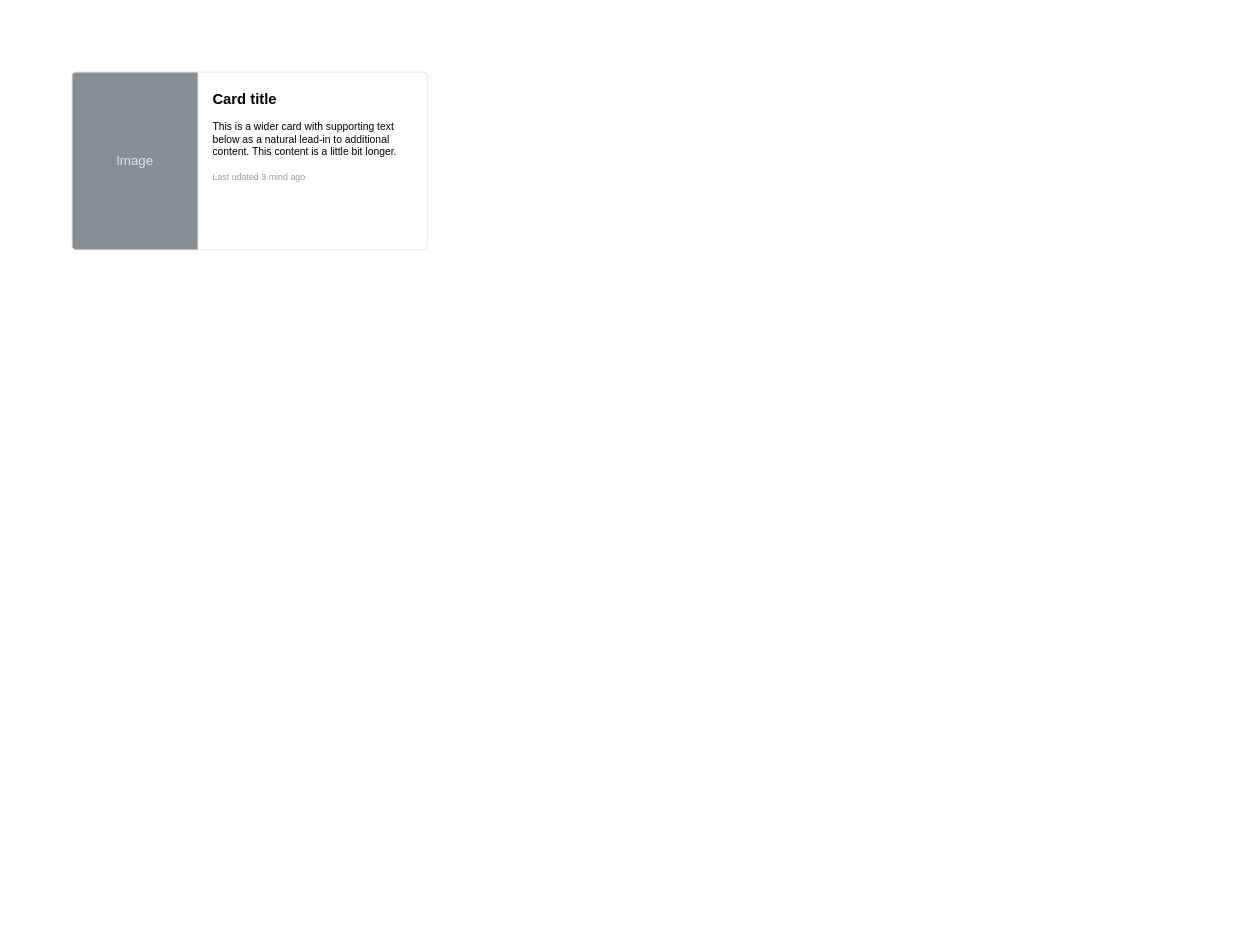
Before: page "首页" (1 of 6) of ui.drawio in onlyzlc/prototester, a draw.io diagram. Source tidied: cells renumbered, new cells numbered last; positions are measured from the earlier drawing's top-left corner, leaving out a move shared by most shapes. Both pictures are drawn from the tidied source at 74%, with x=0, y=0 at pixel (72, 72).
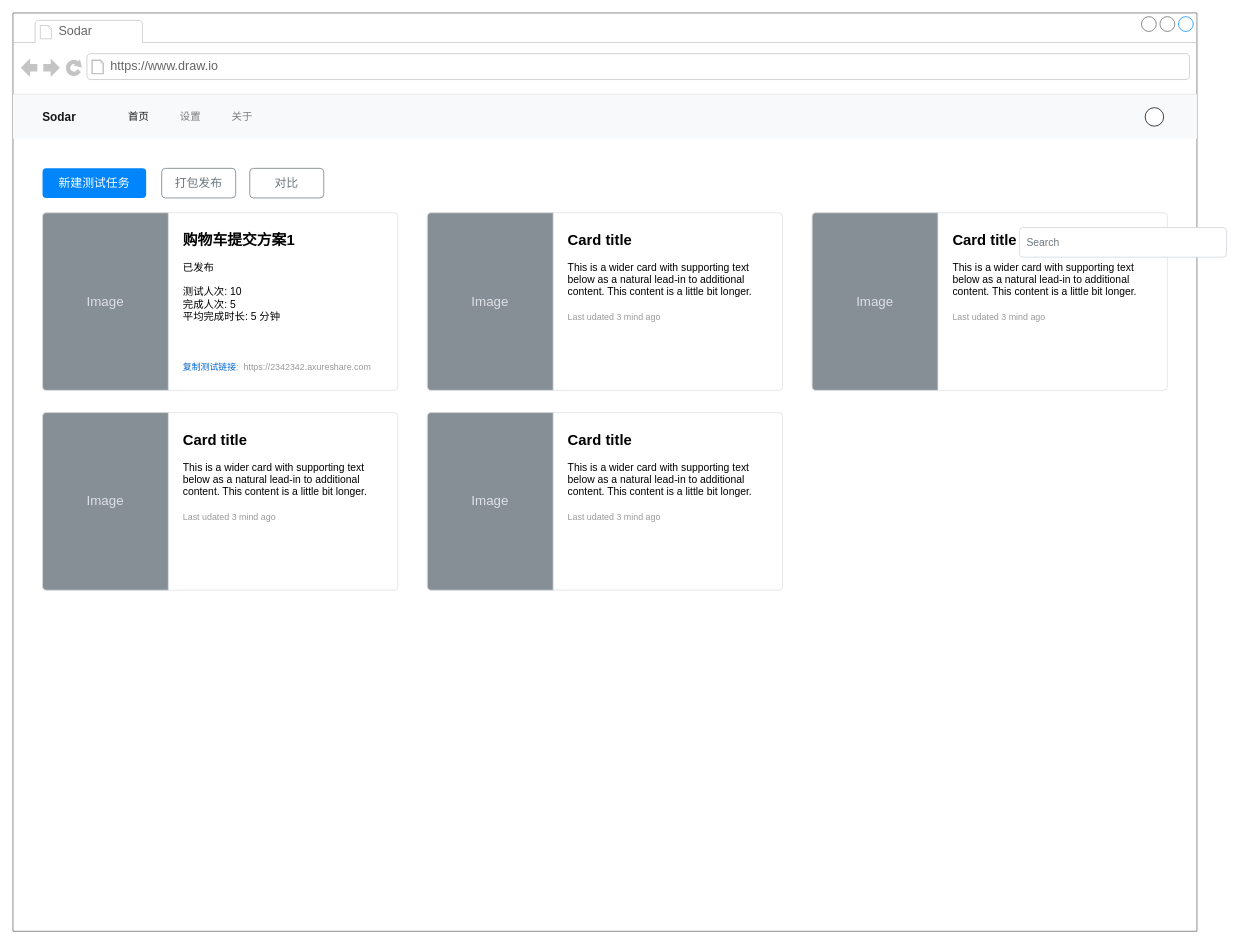
After the change.

The edit, as a diff of the source:
```diff
@@
-    <mxCell id="2" value="&lt;b&gt;&lt;font style=&quot;font-size: 20px&quot;&gt;Card title&lt;/font&gt;&lt;/b&gt;&lt;br&gt;&lt;br&gt;This is a wider card with supporting text below as a natural lead-in to additional content. This content is a little bit longer.&lt;br&gt;&lt;br&gt;&lt;font style=&quot;font-size: 12px&quot; color=&quot;#999999&quot;&gt;Last udated 3 mind ago&lt;/font&gt;" style="html=1;shadow=0;dashed=0;shape=mxgraph.bootstrap.rrect;rSize=5;strokeColor=#DFDFDF;html=1;whiteSpace=wrap;fillColor=#ffffff;fontColor=#000000;verticalAlign=top;align=left;spacing=20;fontSize=14;spacingLeft=170;" parent="1" vertex="1">
-      <mxGeometry width="480" height="240" as="geometry" />
-    </mxCell>
-    <mxCell id="3" value="Image" style="html=1;shadow=0;dashed=0;shape=mxgraph.bootstrap.leftButton;rSize=5;perimeter=none;whiteSpace=wrap;fillColor=#868E96;strokeColor=#DFDFDF;fontColor=#DEE2E6;fontSize=18;" parent="2" vertex="1">
-      <mxGeometry width="170" height="240" relative="1" as="geometry" />
-    </mxCell>
+    <mxCell id="4" style="strokeWidth=1;shadow=0;dashed=0;align=center;html=1;shape=mxgraph.mockup.containers.browserWindow;rSize=0;strokeColor=#666666;strokeColor2=#008cff;strokeColor3=#c4c4c4;mainText=,;" parent="1" vertex="1">
+      <mxGeometry x="-80" y="-80" width="1600" height="1241" as="geometry" />
+    </mxCell>
+    <mxCell id="5" value="Sodar" style="strokeWidth=1;shadow=0;dashed=0;align=center;html=1;shape=mxgraph.mockup.containers.anchor;fontSize=17;fontColor=#666666;align=left;" parent="4" vertex="1">
+      <mxGeometry x="60" y="12" width="110" height="26" as="geometry" />
+    </mxCell>
+    <mxCell id="6" value="https://www.draw.io" style="strokeWidth=1;shadow=0;dashed=0;align=center;html=1;shape=mxgraph.mockup.containers.anchor;rSize=0;fontSize=17;fontColor=#666666;align=left;" parent="4" vertex="1">
+      <mxGeometry x="130" y="60" width="250" height="26" as="geometry" />
+    </mxCell>
+    <mxCell id="7" style="html=1;shadow=0;dashed=0;fillColor=#F8F9FA;strokeColor=none;fontSize=16;fontColor=#7C7C7D;align=right;spacing=15;" parent="4" vertex="1">
+      <mxGeometry y="110" width="1600" height="60" as="geometry" />
+    </mxCell>
+    <mxCell id="8" value="Sodar" style="strokeColor=none;html=1;whiteSpace=wrap;fillColor=none;fontColor=#181819;align=left;fontSize=16;spacing=0;fontStyle=1;spacingTop=0;spacingLeft=0;spacingBottom=0;spacingRight=0;" parent="7" vertex="1">
+      <mxGeometry width="60" height="19" relative="1" as="geometry">
+        <mxPoint x="40" y="20.5" as="offset" />
+      </mxGeometry>
+    </mxCell>
+    <mxCell id="9" value="首页" style="strokeColor=none;html=1;whiteSpace=wrap;fillColor=none;fontColor=#181819;align=center;fontSize=14;spacing=10;" parent="7" vertex="1">
+      <mxGeometry width="60" height="40" relative="1" as="geometry">
+        <mxPoint x="140" y="10" as="offset" />
+      </mxGeometry>
+    </mxCell>
+    <mxCell id="10" value="设置" style="strokeColor=none;html=1;whiteSpace=wrap;fillColor=none;fontColor=#7C7C7D;align=center;fontSize=14;spacing=10;" parent="7" vertex="1">
+      <mxGeometry width="80" height="40" relative="1" as="geometry">
+        <mxPoint x="200" y="10" as="offset" />
+      </mxGeometry>
+    </mxCell>
+    <mxCell id="11" value="关于" style="strokeColor=none;html=1;whiteSpace=wrap;fillColor=none;fontColor=#7C7C7D;align=center;fontSize=14;spacing=10;" parent="7" vertex="1">
+      <mxGeometry width="60" height="40" relative="1" as="geometry">
+        <mxPoint x="280" y="10" as="offset" />
+      </mxGeometry>
+    </mxCell>
+    <mxCell id="12" style="ellipse;whiteSpace=wrap;html=1;align=center;" parent="7" vertex="1">
+      <mxGeometry x="1530" y="18" width="25" height="25" as="geometry" />
+    </mxCell>
+    <mxCell id="13" parent="0" />
+    <mxCell id="14" value="&lt;div&gt;&lt;b&gt;&lt;font style=&quot;font-size: 20px&quot;&gt;购物车提交方案1&lt;/font&gt;&lt;/b&gt;&lt;/div&gt;&lt;div&gt;&lt;br&gt;&lt;/div&gt;&lt;div&gt;已发布&lt;br&gt;&lt;/div&gt;&lt;div&gt;&lt;br&gt;&lt;/div&gt;&lt;div&gt;测试人次: 10&lt;/div&gt;&lt;div&gt;完成人次: 5&lt;/div&gt;&lt;div&gt;平均完成时长: 5 分钟&lt;/div&gt;&lt;div&gt;&lt;br&gt;&lt;/div&gt;&lt;div&gt;&lt;br&gt;&lt;/div&gt;&lt;div&gt;&lt;br&gt;&lt;/div&gt;&lt;div&gt;&lt;font style=&quot;font-size: 12px&quot; color=&quot;#999999&quot;&gt;&lt;font style=&quot;font-size: 12px&quot; color=&quot;#999999&quot;&gt;&lt;font color=&quot;#0066CC&quot;&gt;复制测试链接&lt;/font&gt;:&amp;nbsp; &lt;/font&gt;https://2342342.axureshare.com &lt;br&gt;&lt;/font&gt;&lt;/div&gt;" style="html=1;shadow=0;dashed=0;shape=mxgraph.bootstrap.rrect;rSize=5;strokeColor=#DFDFDF;html=1;whiteSpace=wrap;fillColor=#ffffff;fontColor=#000000;verticalAlign=top;align=left;spacing=20;fontSize=14;spacingLeft=170;" parent="13" vertex="1">
+      <mxGeometry x="-40" y="190" width="480" height="240" as="geometry" />
+    </mxCell>
+    <mxCell id="15" value="Image" style="html=1;shadow=0;dashed=0;shape=mxgraph.bootstrap.leftButton;rSize=5;perimeter=none;whiteSpace=wrap;fillColor=#868E96;strokeColor=#DFDFDF;fontColor=#DEE2E6;fontSize=18;" parent="14" vertex="1">
+      <mxGeometry width="170" height="240" relative="1" as="geometry" />
+    </mxCell>
+    <mxCell id="16" value="新建测试任务" style="html=1;shadow=0;dashed=0;shape=mxgraph.bootstrap.rrect;rSize=5;strokeColor=none;strokeWidth=1;fillColor=#0085FC;fontColor=#FFFFFF;whiteSpace=wrap;align=center;verticalAlign=middle;spacingLeft=0;fontStyle=0;fontSize=16;spacing=5;" parent="13" vertex="1">
+      <mxGeometry x="-40" y="130" width="140" height="40" as="geometry" />
+    </mxCell>
+    <mxCell id="17" value="&lt;b&gt;&lt;font style=&quot;font-size: 20px&quot;&gt;Card title&lt;/font&gt;&lt;/b&gt;&lt;br&gt;&lt;br&gt;This is a wider card with supporting text below as a natural lead-in to additional content. This content is a little bit longer.&lt;br&gt;&lt;br&gt;&lt;font style=&quot;font-size: 12px&quot; color=&quot;#999999&quot;&gt;Last udated 3 mind ago&lt;/font&gt;" style="html=1;shadow=0;dashed=0;shape=mxgraph.bootstrap.rrect;rSize=5;strokeColor=#DFDFDF;html=1;whiteSpace=wrap;fillColor=#ffffff;fontColor=#000000;verticalAlign=top;align=left;spacing=20;fontSize=14;spacingLeft=170;" parent="13" vertex="1">
+      <mxGeometry x="480" y="190" width="480" height="240" as="geometry" />
+    </mxCell>
+    <mxCell id="18" value="Image" style="html=1;shadow=0;dashed=0;shape=mxgraph.bootstrap.leftButton;rSize=5;perimeter=none;whiteSpace=wrap;fillColor=#868E96;strokeColor=#DFDFDF;fontColor=#DEE2E6;fontSize=18;" parent="17" vertex="1">
+      <mxGeometry width="170" height="240" relative="1" as="geometry" />
+    </mxCell>
+    <mxCell id="19" value="&lt;b&gt;&lt;font style=&quot;font-size: 20px&quot;&gt;Card title&lt;/font&gt;&lt;/b&gt;&lt;br&gt;&lt;br&gt;This is a wider card with supporting text below as a natural lead-in to additional content. This content is a little bit longer.&lt;br&gt;&lt;br&gt;&lt;font style=&quot;font-size: 12px&quot; color=&quot;#999999&quot;&gt;Last udated 3 mind ago&lt;/font&gt;" style="html=1;shadow=0;dashed=0;shape=mxgraph.bootstrap.rrect;rSize=5;strokeColor=#DFDFDF;html=1;whiteSpace=wrap;fillColor=#ffffff;fontColor=#000000;verticalAlign=top;align=left;spacing=20;fontSize=14;spacingLeft=170;" parent="13" vertex="1">
+      <mxGeometry x="1000" y="190" width="480" height="240" as="geometry" />
+    </mxCell>
+    <mxCell id="20" value="Image" style="html=1;shadow=0;dashed=0;shape=mxgraph.bootstrap.leftButton;rSize=5;perimeter=none;whiteSpace=wrap;fillColor=#868E96;strokeColor=#DFDFDF;fontColor=#DEE2E6;fontSize=18;" parent="19" vertex="1">
+      <mxGeometry width="170" height="240" relative="1" as="geometry" />
+    </mxCell>
+    <mxCell id="21" value="&lt;b&gt;&lt;font style=&quot;font-size: 20px&quot;&gt;Card title&lt;/font&gt;&lt;/b&gt;&lt;br&gt;&lt;br&gt;This is a wider card with supporting text below as a natural lead-in to additional content. This content is a little bit longer.&lt;br&gt;&lt;br&gt;&lt;font style=&quot;font-size: 12px&quot; color=&quot;#999999&quot;&gt;Last udated 3 mind ago&lt;/font&gt;" style="html=1;shadow=0;dashed=0;shape=mxgraph.bootstrap.rrect;rSize=5;strokeColor=#DFDFDF;html=1;whiteSpace=wrap;fillColor=#ffffff;fontColor=#000000;verticalAlign=top;align=left;spacing=20;fontSize=14;spacingLeft=170;" parent="13" vertex="1">
+      <mxGeometry x="-40" y="460" width="480" height="240" as="geometry" />
+    </mxCell>
+    <mxCell id="22" value="Image" style="html=1;shadow=0;dashed=0;shape=mxgraph.bootstrap.leftButton;rSize=5;perimeter=none;whiteSpace=wrap;fillColor=#868E96;strokeColor=#DFDFDF;fontColor=#DEE2E6;fontSize=18;" parent="21" vertex="1">
+      <mxGeometry width="170" height="240" relative="1" as="geometry" />
+    </mxCell>
+    <mxCell id="23" value="&lt;b&gt;&lt;font style=&quot;font-size: 20px&quot;&gt;Card title&lt;/font&gt;&lt;/b&gt;&lt;br&gt;&lt;br&gt;This is a wider card with supporting text below as a natural lead-in to additional content. This content is a little bit longer.&lt;br&gt;&lt;br&gt;&lt;font style=&quot;font-size: 12px&quot; color=&quot;#999999&quot;&gt;Last udated 3 mind ago&lt;/font&gt;" style="html=1;shadow=0;dashed=0;shape=mxgraph.bootstrap.rrect;rSize=5;strokeColor=#DFDFDF;html=1;whiteSpace=wrap;fillColor=#ffffff;fontColor=#000000;verticalAlign=top;align=left;spacing=20;fontSize=14;spacingLeft=170;" parent="13" vertex="1">
+      <mxGeometry x="480" y="460" width="480" height="240" as="geometry" />
+    </mxCell>
+    <mxCell id="24" value="Image" style="html=1;shadow=0;dashed=0;shape=mxgraph.bootstrap.leftButton;rSize=5;perimeter=none;whiteSpace=wrap;fillColor=#868E96;strokeColor=#DFDFDF;fontColor=#DEE2E6;fontSize=18;" parent="23" vertex="1">
+      <mxGeometry width="170" height="240" relative="1" as="geometry" />
+    </mxCell>
+    <mxCell id="25" value="打包发布" style="html=1;shadow=0;dashed=0;shape=mxgraph.bootstrap.rrect;rSize=5;strokeColor=#6C767D;strokeWidth=1;fillColor=none;fontColor=#6C767D;whiteSpace=wrap;align=center;verticalAlign=middle;spacingLeft=0;fontStyle=0;fontSize=16;spacing=5;" parent="13" vertex="1">
+      <mxGeometry x="121" y="130" width="100" height="40" as="geometry" />
+    </mxCell>
+    <mxCell id="26" value="对比" style="html=1;shadow=0;dashed=0;shape=mxgraph.bootstrap.rrect;rSize=5;strokeColor=#6C767D;strokeWidth=1;fillColor=none;fontColor=#6C767D;whiteSpace=wrap;align=center;verticalAlign=middle;spacingLeft=0;fontStyle=0;fontSize=16;spacing=5;" parent="13" vertex="1">
+      <mxGeometry x="240" y="130" width="100" height="40" as="geometry" />
+    </mxCell>
+    <mxCell id="27" value="Search" style="html=1;shadow=0;dashed=0;shape=mxgraph.bootstrap.rrect;rSize=5;fontSize=14;fontColor=#6C767D;strokeColor=#CED4DA;fillColor=#ffffff;align=left;spacing=10;" parent="13" vertex="1">
+      <mxGeometry width="280" height="40" relative="1" as="geometry">
+        <mxPoint x="1280" y="210" as="offset" />
+      </mxGeometry>
+    </mxCell>
```
